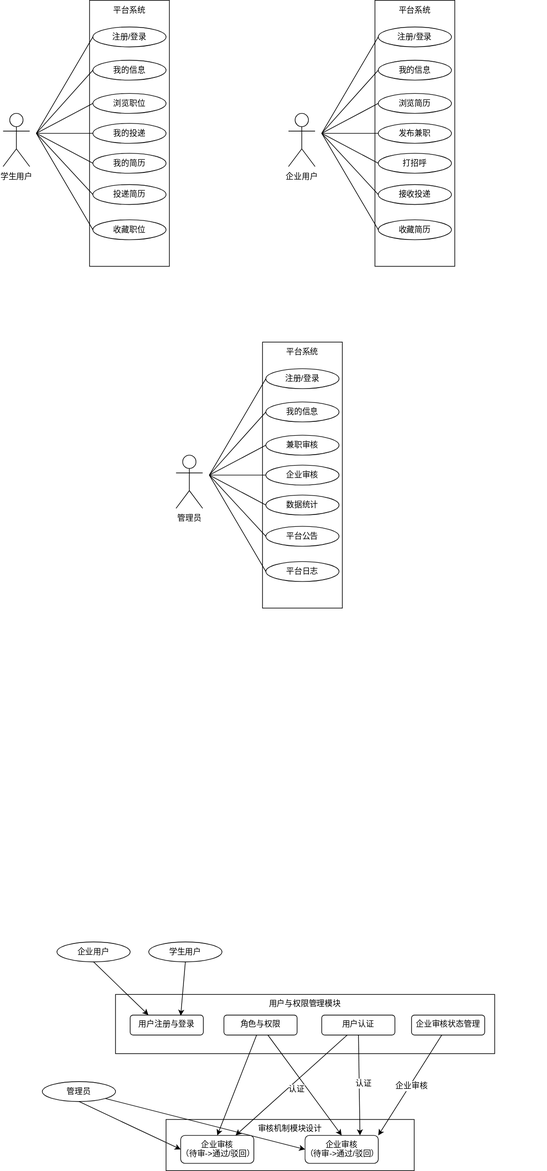
fubd/paper-image keeps this draw.io diagram as paper.drawio.svg. Above is the earlier version. Source tidied: cells renumbered, new cells last; positions are measured from the earlier drawing's top-left corner, leaving out a move shared by most shapes.
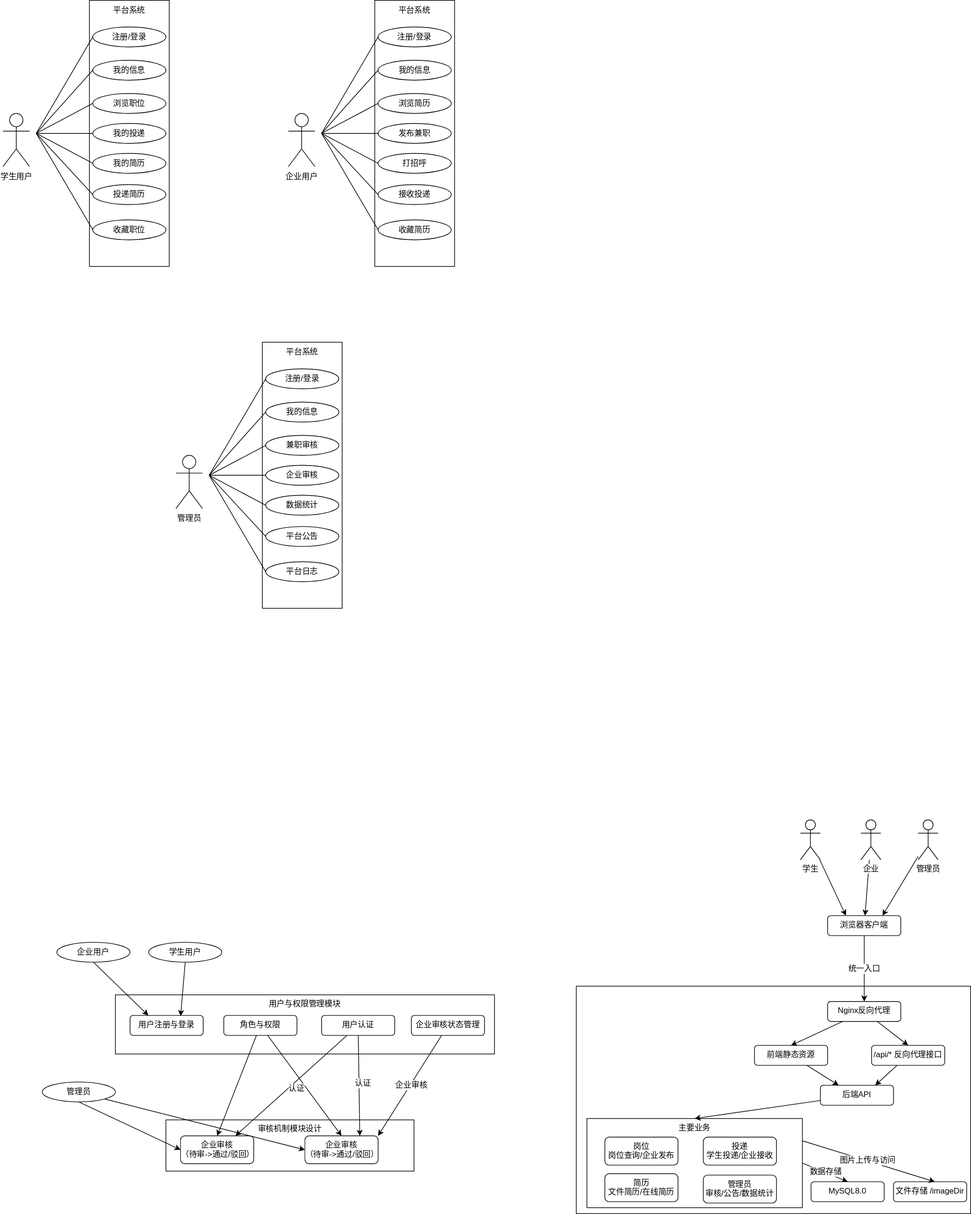
Later version of the same file.

What changed in the source:
```diff
@@ -284,5 +284,92 @@
     <mxCell id="78" value="企业审核" style="edgeLabel;html=1;align=center;verticalAlign=middle;strokeColor=default;fontFamily=Helvetica;fontSize=12;fontColor=default;labelBackgroundColor=default;fillColor=default;" parent="77" vertex="1">
       <mxGeometry x="-0.01" y="1" relative="1" as="geometry" />
     </mxCell>
+    <mxCell id="79" style="rounded=0;whiteSpace=wrap;html=1;strokeColor=default;align=center;verticalAlign=top;fontFamily=Helvetica;fontSize=12;fontColor=default;labelBackgroundColor=default;fillColor=default;" parent="1" vertex="1">
+      <mxGeometry x="862" y="1482" width="593" height="342" as="geometry" />
+    </mxCell>
+    <mxCell id="80" style="edgeStyle=none;rounded=0;jettySize=auto;html=1;entryX=0.25;entryY=0;entryDx=0;entryDy=0;fontFamily=Helvetica;fontSize=12;fontColor=default;labelBackgroundColor=default;" parent="1" edge="1" source="81" target="87">
+      <mxGeometry relative="1" as="geometry" />
+    </mxCell>
+    <mxCell id="81" value="学生" style="shape=umlActor;verticalLabelPosition=bottom;verticalAlign=top;html=1;outlineConnect=0;strokeColor=default;align=center;fontFamily=Helvetica;fontSize=12;fontColor=default;labelBackgroundColor=default;fillColor=default;" parent="1" vertex="1">
+      <mxGeometry x="1199" y="1232" width="30" height="60" as="geometry" />
+    </mxCell>
+    <mxCell id="82" style="edgeStyle=none;rounded=0;jettySize=auto;html=1;fontFamily=Helvetica;fontSize=12;fontColor=default;labelBackgroundColor=default;" parent="1" edge="1" source="83" target="87">
+      <mxGeometry relative="1" as="geometry" />
+    </mxCell>
+    <mxCell id="83" value="企业" style="shape=umlActor;verticalLabelPosition=bottom;verticalAlign=top;html=1;outlineConnect=0;strokeColor=default;align=center;fontFamily=Helvetica;fontSize=12;fontColor=default;labelBackgroundColor=default;fillColor=default;" parent="1" vertex="1">
+      <mxGeometry x="1290" y="1232" width="30" height="60" as="geometry" />
+    </mxCell>
+    <mxCell id="84" style="edgeStyle=none;rounded=0;jettySize=auto;html=1;entryX=0.75;entryY=0;entryDx=0;entryDy=0;fontFamily=Helvetica;fontSize=12;fontColor=default;labelBackgroundColor=default;" parent="1" edge="1" source="85" target="87">
+      <mxGeometry relative="1" as="geometry" />
+    </mxCell>
+    <mxCell id="85" value="管理员" style="shape=umlActor;verticalLabelPosition=bottom;verticalAlign=top;html=1;outlineConnect=0;strokeColor=default;align=center;fontFamily=Helvetica;fontSize=12;fontColor=default;labelBackgroundColor=default;fillColor=default;" parent="1" vertex="1">
+      <mxGeometry x="1376" y="1232" width="30" height="60" as="geometry" />
+    </mxCell>
+    <mxCell id="86" value="统一入口" style="edgeStyle=none;rounded=0;jettySize=auto;html=1;entryX=0.5;entryY=0;entryDx=0;entryDy=0;fontFamily=Helvetica;fontSize=12;fontColor=default;labelBackgroundColor=default;" parent="1" edge="1" source="87" target="90">
+      <mxGeometry relative="1" as="geometry" />
+    </mxCell>
+    <mxCell id="87" value="浏览器客户端" style="rounded=1;whiteSpace=wrap;html=1;strokeColor=default;align=center;verticalAlign=top;fontFamily=Helvetica;fontSize=12;fontColor=default;labelBackgroundColor=default;fillColor=default;" parent="1" vertex="1">
+      <mxGeometry x="1240" y="1376" width="110" height="30" as="geometry" />
+    </mxCell>
+    <mxCell id="88" style="edgeStyle=none;rounded=0;jettySize=auto;html=1;entryX=0.5;entryY=0;entryDx=0;entryDy=0;fontFamily=Helvetica;fontSize=12;fontColor=default;labelBackgroundColor=default;" parent="1" edge="1" source="90" target="92">
+      <mxGeometry relative="1" as="geometry" />
+    </mxCell>
+    <mxCell id="89" style="edgeStyle=none;rounded=0;jettySize=auto;html=1;entryX=0.5;entryY=0;entryDx=0;entryDy=0;fontFamily=Helvetica;fontSize=12;fontColor=default;labelBackgroundColor=default;" parent="1" edge="1" source="90" target="94">
+      <mxGeometry relative="1" as="geometry" />
+    </mxCell>
+    <mxCell id="90" value="Nginx反向代理" style="rounded=1;whiteSpace=wrap;html=1;strokeColor=default;align=center;verticalAlign=top;fontFamily=Helvetica;fontSize=12;fontColor=default;labelBackgroundColor=default;fillColor=default;" parent="1" vertex="1">
+      <mxGeometry x="1240" y="1505" width="110" height="30" as="geometry" />
+    </mxCell>
+    <mxCell id="91" style="edgeStyle=none;rounded=0;jettySize=auto;html=1;entryX=0.25;entryY=0;entryDx=0;entryDy=0;fontFamily=Helvetica;fontSize=12;fontColor=default;labelBackgroundColor=default;" parent="1" edge="1" source="92" target="95">
+      <mxGeometry relative="1" as="geometry" />
+    </mxCell>
+    <mxCell id="92" value="前端静态资源" style="rounded=1;whiteSpace=wrap;html=1;strokeColor=default;align=center;verticalAlign=top;fontFamily=Helvetica;fontSize=12;fontColor=default;labelBackgroundColor=default;fillColor=default;" parent="1" vertex="1">
+      <mxGeometry x="1130" y="1571" width="110" height="30" as="geometry" />
+    </mxCell>
+    <mxCell id="93" style="edgeStyle=none;rounded=0;jettySize=auto;html=1;entryX=0.75;entryY=0;entryDx=0;entryDy=0;fontFamily=Helvetica;fontSize=12;fontColor=default;labelBackgroundColor=default;" parent="1" edge="1" source="94" target="95">
+      <mxGeometry relative="1" as="geometry" />
+    </mxCell>
+    <mxCell id="94" value="/api/* 反向代理接口" style="rounded=1;whiteSpace=wrap;html=1;strokeColor=default;align=center;verticalAlign=top;fontFamily=Helvetica;fontSize=12;fontColor=default;labelBackgroundColor=default;fillColor=default;" parent="1" vertex="1">
+      <mxGeometry x="1306" y="1571" width="110" height="30" as="geometry" />
+    </mxCell>
+    <mxCell id="95" value="后端API" style="rounded=1;whiteSpace=wrap;html=1;strokeColor=default;align=center;verticalAlign=top;fontFamily=Helvetica;fontSize=12;fontColor=default;labelBackgroundColor=default;fillColor=default;" parent="1" vertex="1">
+      <mxGeometry x="1229" y="1631" width="110" height="30" as="geometry" />
+    </mxCell>
+    <mxCell id="96" style="edgeStyle=none;rounded=0;jettySize=auto;html=1;exitX=1;exitY=0.5;exitDx=0;exitDy=0;entryX=0.5;entryY=0;entryDx=0;entryDy=0;fontFamily=Helvetica;fontSize=12;fontColor=default;labelBackgroundColor=default;" parent="1" edge="1" source="98" target="103">
+      <mxGeometry relative="1" as="geometry" />
+    </mxCell>
+    <mxCell id="97" value="数据存储" style="edgeLabel;html=1;align=center;verticalAlign=middle;strokeColor=default;fontFamily=Helvetica;fontSize=12;fontColor=default;labelBackgroundColor=default;fillColor=default;" parent="96" vertex="1">
+      <mxGeometry y="2" relative="1" as="geometry" />
+    </mxCell>
+    <mxCell id="98" value="主要业务" style="rounded=0;whiteSpace=wrap;html=1;strokeColor=default;align=center;verticalAlign=top;fontFamily=Helvetica;fontSize=12;fontColor=default;labelBackgroundColor=default;fillColor=default;" parent="1" vertex="1">
+      <mxGeometry x="878" y="1681" width="324" height="134" as="geometry" />
+    </mxCell>
+    <mxCell id="99" value="岗位&lt;br&gt;岗位查询/企业发布" style="rounded=1;whiteSpace=wrap;html=1;strokeColor=default;align=center;verticalAlign=top;fontFamily=Helvetica;fontSize=12;fontColor=default;labelBackgroundColor=default;fillColor=default;" parent="1" vertex="1">
+      <mxGeometry x="905" y="1709" width="110" height="42" as="geometry" />
+    </mxCell>
+    <mxCell id="100" value="投递&lt;br&gt;学生投递/企业接收" style="rounded=1;whiteSpace=wrap;html=1;strokeColor=default;align=center;verticalAlign=top;fontFamily=Helvetica;fontSize=12;fontColor=default;labelBackgroundColor=default;fillColor=default;" parent="1" vertex="1">
+      <mxGeometry x="1053" y="1709" width="110" height="42" as="geometry" />
+    </mxCell>
+    <mxCell id="101" value="简历&lt;br&gt;文件简历/在线简历" style="rounded=1;whiteSpace=wrap;html=1;strokeColor=default;align=center;verticalAlign=top;fontFamily=Helvetica;fontSize=12;fontColor=default;labelBackgroundColor=default;fillColor=default;" parent="1" vertex="1">
+      <mxGeometry x="905" y="1764" width="110" height="42" as="geometry" />
+    </mxCell>
+    <mxCell id="102" value="管理员&lt;br&gt;审核/公告/数据统计" style="rounded=1;whiteSpace=wrap;html=1;strokeColor=default;align=center;verticalAlign=top;fontFamily=Helvetica;fontSize=12;fontColor=default;labelBackgroundColor=default;fillColor=default;" parent="1" vertex="1">
+      <mxGeometry x="1053" y="1766" width="110" height="42" as="geometry" />
+    </mxCell>
+    <mxCell id="103" value="MySQL8.0" style="rounded=1;whiteSpace=wrap;html=1;strokeColor=default;align=center;verticalAlign=top;fontFamily=Helvetica;fontSize=12;fontColor=default;labelBackgroundColor=default;fillColor=default;" parent="1" vertex="1">
+      <mxGeometry x="1215" y="1776" width="110" height="30" as="geometry" />
+    </mxCell>
+    <mxCell id="104" value="文件存储 /imageDir" style="rounded=1;whiteSpace=wrap;html=1;strokeColor=default;align=center;verticalAlign=top;fontFamily=Helvetica;fontSize=12;fontColor=default;labelBackgroundColor=default;fillColor=default;" parent="1" vertex="1">
+      <mxGeometry x="1339" y="1776" width="110" height="30" as="geometry" />
+    </mxCell>
+    <mxCell id="105" style="edgeStyle=none;rounded=0;jettySize=auto;html=1;entryX=0.5;entryY=0;entryDx=0;entryDy=0;fontFamily=Helvetica;fontSize=12;fontColor=default;labelBackgroundColor=default;" parent="1" edge="1" source="95" target="98">
+      <mxGeometry relative="1" as="geometry" />
+    </mxCell>
+    <mxCell id="106" style="edgeStyle=none;rounded=0;jettySize=auto;html=1;exitX=1;exitY=0.25;exitDx=0;exitDy=0;entryX=0.564;entryY=0;entryDx=0;entryDy=0;entryPerimeter=0;fontFamily=Helvetica;fontSize=12;fontColor=default;labelBackgroundColor=default;" parent="1" edge="1" source="98" target="104">
+      <mxGeometry relative="1" as="geometry" />
+    </mxCell>
+    <mxCell id="107" value="图片上传与访问" style="edgeLabel;html=1;align=center;verticalAlign=middle;strokeColor=default;fontFamily=Helvetica;fontSize=12;fontColor=default;labelBackgroundColor=default;fillColor=default;" parent="106" vertex="1">
+      <mxGeometry x="-0.02" y="1" relative="1" as="geometry" />
+    </mxCell>
   </root>
 </mxGraphModel>
```
